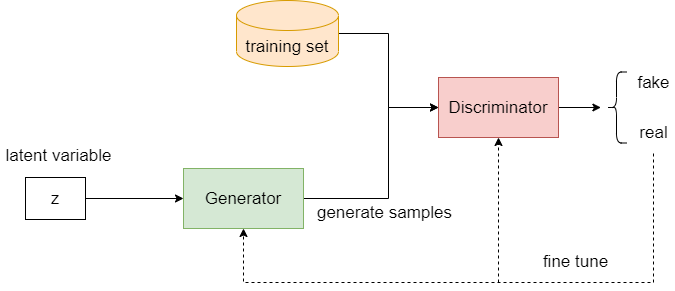
The draw.io diagram gan.drawio.png in lakomi/pictures, before a commit. Source tidied: cells renumbered, new cells last; positions are measured from the earlier drawing's top-left corner, leaving out a move shared by most shapes.
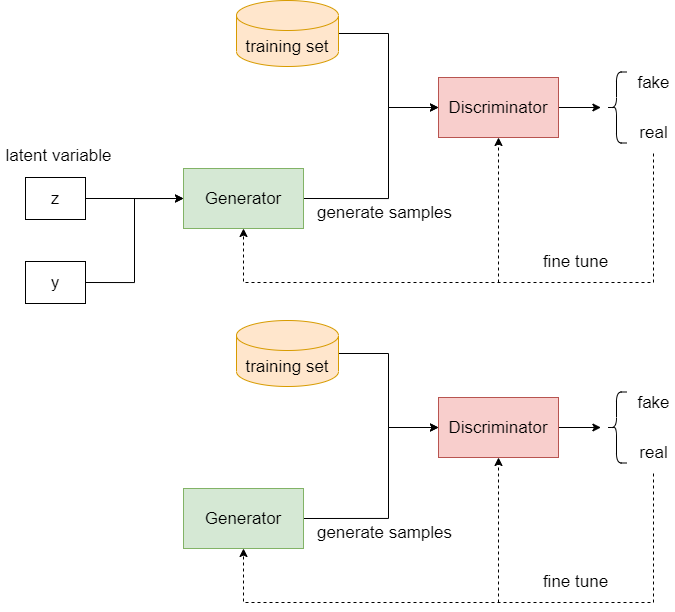
After the change.

The edit, as a diff of the source:
```diff
@@ -64,5 +64,64 @@
     <mxCell id="17" value="latent variable&lt;br style=&quot;font-size: 17px;&quot;&gt;" style="text;html=1;align=center;verticalAlign=middle;strokeColor=none;fillColor=none;fontSize=17;" parent="1" vertex="1">
       <mxGeometry y="142.5" width="116" height="24" as="geometry" />
     </mxCell>
+    <mxCell id="18" style="edgeStyle=orthogonalEdgeStyle;rounded=0;jettySize=auto;html=1;exitX=1;exitY=0.5;exitDx=0;exitDy=0;entryX=0;entryY=0.5;entryDx=0;entryDy=0;" parent="1" edge="1" source="19" target="3">
+      <mxGeometry relative="1" as="geometry" />
+    </mxCell>
+    <mxCell id="19" value="y" style="rounded=0;whiteSpace=wrap;html=1;fontSize=17;" parent="1" vertex="1">
+      <mxGeometry x="25" y="261" width="60" height="42" as="geometry" />
+    </mxCell>
+    <mxCell id="20" style="edgeStyle=orthogonalEdgeStyle;rounded=0;jettySize=auto;html=1;exitX=1;exitY=0.5;exitDx=0;exitDy=0;entryX=0;entryY=0.5;entryDx=0;entryDy=0;" parent="1" edge="1" source="21" target="23">
+      <mxGeometry relative="1" as="geometry">
+        <Array as="points">
+          <mxPoint x="388" y="518" />
+          <mxPoint x="388" y="427" />
+        </Array>
+      </mxGeometry>
+    </mxCell>
+    <mxCell id="21" value="Generator" style="rounded=0;whiteSpace=wrap;html=1;fillColor=#d5e8d4;strokeColor=#82b366;fontSize=17;" parent="1" vertex="1">
+      <mxGeometry x="183" y="488" width="120" height="60" as="geometry" />
+    </mxCell>
+    <mxCell id="22" style="edgeStyle=orthogonalEdgeStyle;rounded=0;jettySize=auto;html=1;exitX=1;exitY=0.5;exitDx=0;exitDy=0;" parent="1" edge="1" source="23">
+      <mxGeometry relative="1" as="geometry">
+        <mxPoint x="600.4" y="427" as="targetPoint" />
+      </mxGeometry>
+    </mxCell>
+    <mxCell id="23" value="Discriminator" style="rounded=0;whiteSpace=wrap;html=1;fillColor=#f8cecc;strokeColor=#b85450;fontSize=17;" parent="1" vertex="1">
+      <mxGeometry x="438" y="397" width="120" height="60" as="geometry" />
+    </mxCell>
+    <mxCell id="24" style="edgeStyle=orthogonalEdgeStyle;rounded=0;jettySize=auto;html=1;exitX=1;exitY=0.5;exitDx=0;exitDy=0;exitPerimeter=0;entryX=0;entryY=0.5;entryDx=0;entryDy=0;" parent="1" edge="1" source="25" target="23">
+      <mxGeometry relative="1" as="geometry" />
+    </mxCell>
+    <mxCell id="25" value="training set" style="shape=cylinder3;whiteSpace=wrap;html=1;boundedLbl=1;backgroundOutline=1;size=15;fillColor=#ffe6cc;strokeColor=#d79b00;fontSize=17;" parent="1" vertex="1">
+      <mxGeometry x="236" y="320" width="102" height="66" as="geometry" />
+    </mxCell>
+    <mxCell id="26" value="generate samples" style="text;html=1;align=center;verticalAlign=middle;strokeColor=none;fillColor=none;fontSize=17;" parent="1" vertex="1">
+      <mxGeometry x="311" y="520" width="145" height="24" as="geometry" />
+    </mxCell>
+    <mxCell id="27" style="shape=curlyBracket;whiteSpace=wrap;html=1;rounded=1;" parent="1" vertex="1">
+      <mxGeometry x="606" y="391.5" width="20" height="71" as="geometry" />
+    </mxCell>
+    <mxCell id="28" value="fake" style="text;html=1;align=center;verticalAlign=middle;strokeColor=none;fillColor=none;fontSize=17;" parent="1" vertex="1">
+      <mxGeometry x="632" y="390" width="42" height="24" as="geometry" />
+    </mxCell>
+    <mxCell id="29" value="real" style="text;html=1;align=center;verticalAlign=middle;strokeColor=none;fillColor=none;fontSize=17;" parent="1" vertex="1">
+      <mxGeometry x="634" y="440" width="38" height="24" as="geometry" />
+    </mxCell>
+    <mxCell id="30" style="edgeStyle=elbowEdgeStyle;elbow=vertical;endArrow=classic;html=1;rounded=0;fontSize=20;entryX=0.5;entryY=1;entryDx=0;entryDy=0;dashed=1;" parent="1" edge="1" target="21">
+      <mxGeometry relative="1" as="geometry">
+        <mxPoint x="653" y="473" as="sourcePoint" />
+        <Array as="points">
+          <mxPoint x="444" y="602" />
+        </Array>
+      </mxGeometry>
+    </mxCell>
+    <mxCell id="31" style="endArrow=classic;html=1;rounded=0;dashed=1;fontSize=20;entryX=0.5;entryY=1;entryDx=0;entryDy=0;" parent="1" edge="1" target="23">
+      <mxGeometry relative="1" as="geometry">
+        <mxPoint x="498" y="602" as="sourcePoint" />
+      </mxGeometry>
+    </mxCell>
+    <mxCell id="32" value="fine tune" style="text;html=1;align=center;verticalAlign=middle;strokeColor=none;fillColor=none;fontSize=17;" parent="1" vertex="1">
+      <mxGeometry x="537" y="569" width="76" height="24" as="geometry" />
+    </mxCell>
   </root>
 </mxGraphModel>
```
